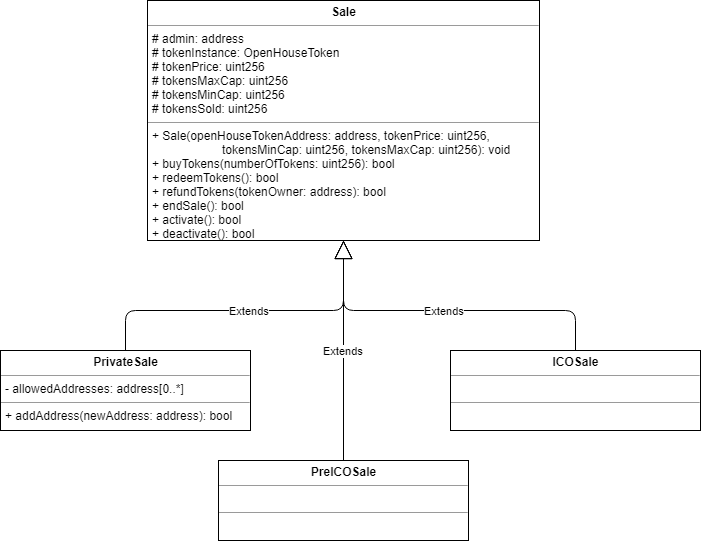
Before: uml/Sale/Sale.png, a diagram exported from draw.io (gkamtzir/Ethereum-ICO-Diploma-Thesis). Source tidied: cells renumbered, new cells last; positions are measured from the earlier drawing's top-left corner, leaving out a move shared by most shapes.
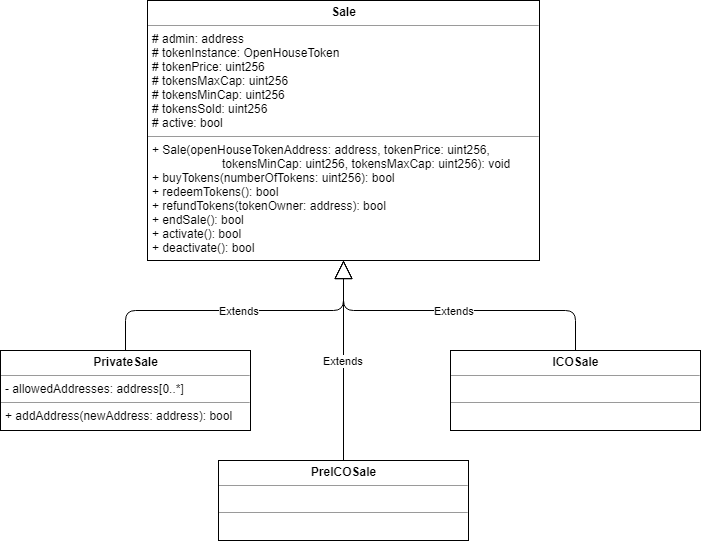
After the commit.

Commit message:
Added active variable to class diagrams.

Change to the diagram source:
```diff
@@ -2,8 +2,8 @@
   <root>
     <mxCell id="0" />
     <mxCell id="1" parent="0" />
-    <mxCell id="2" value="&lt;p style=&quot;margin: 0px ; margin-top: 4px ; text-align: center&quot;&gt;&lt;b&gt;Sale&lt;/b&gt;&lt;/p&gt;&lt;hr size=&quot;1&quot;&gt;&lt;p style=&quot;margin: 0px ; margin-left: 4px&quot;&gt;# admin: address&lt;/p&gt;&lt;p style=&quot;margin: 0px ; margin-left: 4px&quot;&gt;# tokenInstance: OpenHouseToken&lt;/p&gt;&lt;p style=&quot;margin: 0px ; margin-left: 4px&quot;&gt;# tokenPrice: uint256&lt;/p&gt;&lt;p style=&quot;margin: 0px ; margin-left: 4px&quot;&gt;# tokensMaxCap: uint256&lt;/p&gt;&lt;p style=&quot;margin: 0px ; margin-left: 4px&quot;&gt;# tokensMinCap: uint256&lt;/p&gt;&lt;p style=&quot;margin: 0px ; margin-left: 4px&quot;&gt;# tokensSold: uint256&lt;/p&gt;&lt;hr size=&quot;1&quot;&gt;&lt;p style=&quot;margin: 0px ; margin-left: 4px&quot;&gt;+ Sale(openHouseTokenAddress: address, tokenPrice: uint256,&lt;/p&gt;&lt;p style=&quot;margin: 0px ; margin-left: 4px&quot;&gt;&amp;nbsp; &amp;nbsp; &amp;nbsp; &amp;nbsp; &amp;nbsp; &amp;nbsp; &amp;nbsp; &amp;nbsp; &amp;nbsp; &amp;nbsp; &amp;nbsp;tokensMinCap: uint256, tokensMaxCap: uint256): void&lt;/p&gt;&lt;p style=&quot;margin: 0px ; margin-left: 4px&quot;&gt;+ buyTokens(numberOfTokens: uint256): bool&lt;/p&gt;&lt;p style=&quot;margin: 0px ; margin-left: 4px&quot;&gt;+ redeemTokens(): bool&lt;/p&gt;&lt;p style=&quot;margin: 0px ; margin-left: 4px&quot;&gt;+ refundTokens(tokenOwner: address): bool&lt;/p&gt;&lt;p style=&quot;margin: 0px ; margin-left: 4px&quot;&gt;+ endSale(): bool&lt;/p&gt;&lt;p style=&quot;margin: 0px ; margin-left: 4px&quot;&gt;+ activate(): bool&lt;/p&gt;&lt;p style=&quot;margin: 0px ; margin-left: 4px&quot;&gt;+ deactivate(): bool&lt;/p&gt;" style="verticalAlign=top;align=left;overflow=fill;fontSize=12;fontFamily=Helvetica;html=1;" parent="1" vertex="1">
-      <mxGeometry x="147" width="392" height="240" as="geometry" />
+    <mxCell id="2" value="&lt;p style=&quot;margin: 0px ; margin-top: 4px ; text-align: center&quot;&gt;&lt;b&gt;Sale&lt;/b&gt;&lt;/p&gt;&lt;hr size=&quot;1&quot;&gt;&lt;p style=&quot;margin: 0px ; margin-left: 4px&quot;&gt;# admin: address&lt;/p&gt;&lt;p style=&quot;margin: 0px ; margin-left: 4px&quot;&gt;# tokenInstance: OpenHouseToken&lt;/p&gt;&lt;p style=&quot;margin: 0px ; margin-left: 4px&quot;&gt;# tokenPrice: uint256&lt;/p&gt;&lt;p style=&quot;margin: 0px ; margin-left: 4px&quot;&gt;# tokensMaxCap: uint256&lt;/p&gt;&lt;p style=&quot;margin: 0px ; margin-left: 4px&quot;&gt;# tokensMinCap: uint256&lt;/p&gt;&lt;p style=&quot;margin: 0px ; margin-left: 4px&quot;&gt;# tokensSold: uint256&lt;/p&gt;&lt;p style=&quot;margin: 0px ; margin-left: 4px&quot;&gt;# active: bool&lt;/p&gt;&lt;hr size=&quot;1&quot;&gt;&lt;p style=&quot;margin: 0px ; margin-left: 4px&quot;&gt;+ Sale(openHouseTokenAddress: address, tokenPrice: uint256,&lt;/p&gt;&lt;p style=&quot;margin: 0px ; margin-left: 4px&quot;&gt;&amp;nbsp; &amp;nbsp; &amp;nbsp; &amp;nbsp; &amp;nbsp; &amp;nbsp; &amp;nbsp; &amp;nbsp; &amp;nbsp; &amp;nbsp; &amp;nbsp;tokensMinCap: uint256, tokensMaxCap: uint256): void&lt;/p&gt;&lt;p style=&quot;margin: 0px ; margin-left: 4px&quot;&gt;+ buyTokens(numberOfTokens: uint256): bool&lt;/p&gt;&lt;p style=&quot;margin: 0px ; margin-left: 4px&quot;&gt;+ redeemTokens(): bool&lt;/p&gt;&lt;p style=&quot;margin: 0px ; margin-left: 4px&quot;&gt;+ refundTokens(tokenOwner: address): bool&lt;/p&gt;&lt;p style=&quot;margin: 0px ; margin-left: 4px&quot;&gt;+ endSale(): bool&lt;/p&gt;&lt;p style=&quot;margin: 0px ; margin-left: 4px&quot;&gt;+ activate(): bool&lt;/p&gt;&lt;p style=&quot;margin: 0px ; margin-left: 4px&quot;&gt;+ deactivate(): bool&lt;/p&gt;" style="verticalAlign=top;align=left;overflow=fill;fontSize=12;fontFamily=Helvetica;html=1;" parent="1" vertex="1">
+      <mxGeometry x="147" width="392" height="260" as="geometry" />
     </mxCell>
     <mxCell id="3" value="&lt;p style=&quot;margin: 0px ; margin-top: 4px ; text-align: center&quot;&gt;&lt;b&gt;PrivateSale&lt;/b&gt;&lt;/p&gt;&lt;hr size=&quot;1&quot;&gt;&lt;p style=&quot;margin: 0px ; margin-left: 4px&quot;&gt;- allowedAddresses: address[0..*]&lt;/p&gt;&lt;hr size=&quot;1&quot;&gt;&lt;p style=&quot;margin: 0px ; margin-left: 4px&quot;&gt;&lt;span&gt;+ addAddress(newAddress: address): bool&lt;/span&gt;&lt;br&gt;&lt;/p&gt;" style="verticalAlign=top;align=left;overflow=fill;fontSize=12;fontFamily=Helvetica;html=1;" parent="1" vertex="1">
       <mxGeometry y="350" width="250" height="80" as="geometry" />
```
